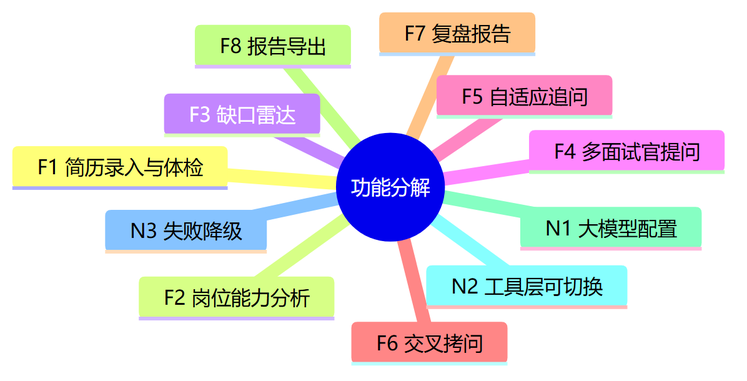
The Mermaid diagram docs/diagrams/02-feature-tree.png in Jiyue0321/gdut-homework4, before a commit. Its source is kept beside it as docs/diagrams/02-feature-tree.mmd. Its diagram source:
```mermaid
mindmap
  root((功能分解))
    F1 简历录入与体检
    F2 岗位能力分析
    F3 缺口雷达
    F4 多面试官提问
    F5 自适应追问
    F6 交叉拷问
    F7 复盘报告
    F8 报告导出
    N1 大模型配置
    N2 工具层可切换
    N3 失败降级
```
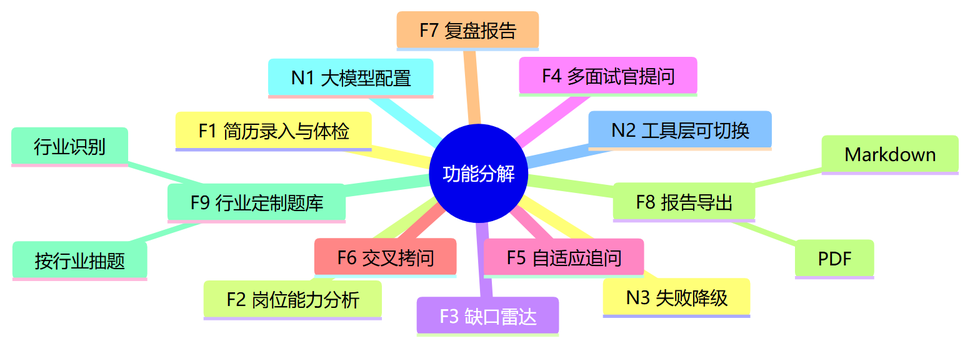
Later version of the same file.

The edit, as a diff of the source:
```diff
@@ -8,6 +8,11 @@
     F6 交叉拷问
     F7 复盘报告
     F8 报告导出
+      Markdown
+      PDF
+    F9 行业定制题库
+      行业识别
+      按行业抽题
     N1 大模型配置
     N2 工具层可切换
     N3 失败降级
```
